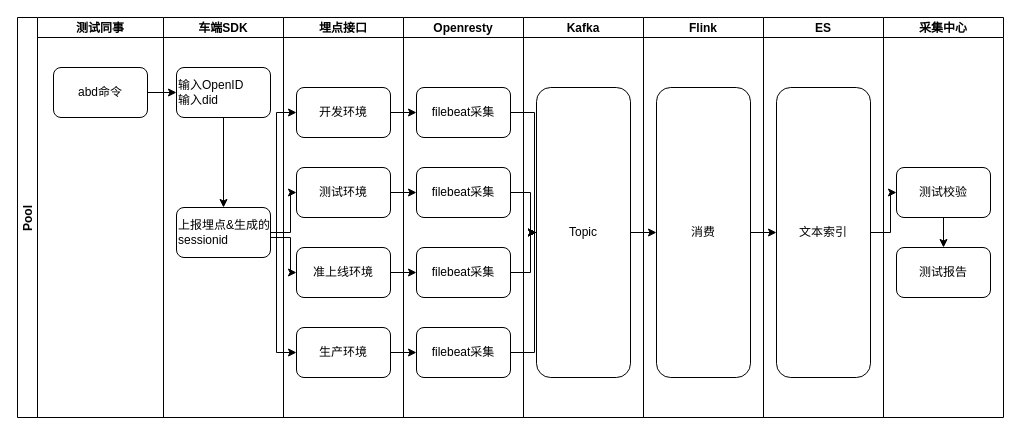
The draw.io diagram 采集中心V3.0旧版测试校验流程图.drawio in shaozc3g/draw_io, before the edit. Source tidied: cells renumbered, new cells numbered last; positions are measured from the earlier drawing's top-left corner, leaving out a move shared by most shapes. Both pictures are drawn from the tidied source at 100%, with x=0, y=0 at pixel (17, 17).
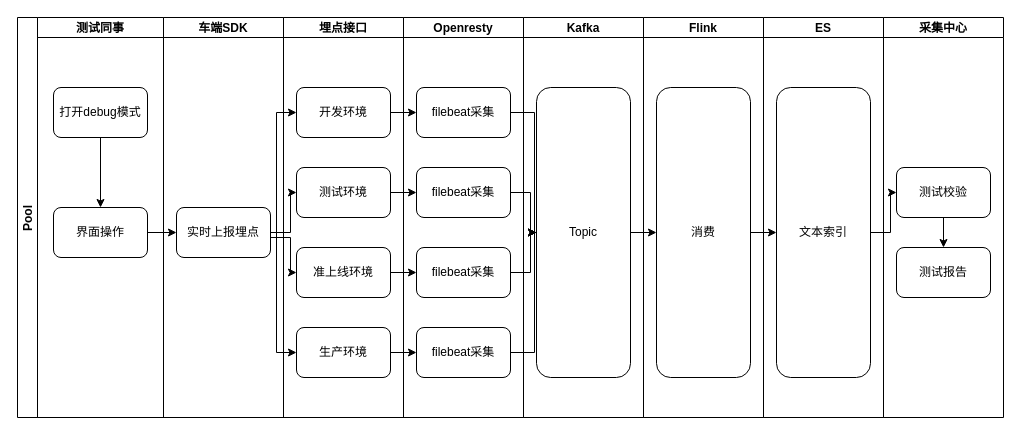
The same page after the edit.

Commit message:
更新采集中心V3.0旧版测试校验流程图.drawio

The change refers to these unchanged cells:
```xml
<mxCell id="2" value="Pool" style="swimlane;startSize=20;horizontal=0;" parent="1" vertex="1">
  <mxGeometry width="386" height="400" as="geometry" />
</mxCell>
<mxCell id="3" value="测试同事" style="swimlane;startSize=20;" parent="2" vertex="1">
  <mxGeometry x="20" width="126" height="400" as="geometry" />
</mxCell>
<mxCell id="5" value="车端SDK" style="swimlane;startSize=20;" parent="2" vertex="1">
  <mxGeometry x="146" width="120" height="400" as="geometry" />
</mxCell>
```

What changed in the source:
```diff
@@
+    <mxCell id="45" style="edgeStyle=orthogonalEdgeStyle;rounded=0;jettySize=auto;html=1;exitX=0.5;exitY=1;exitDx=0;exitDy=0;entryX=0.5;entryY=0;entryDx=0;entryDy=0;" parent="3" edge="1" source="4" target="46">
+      <mxGeometry relative="1" as="geometry" />
+    </mxCell>
-    <mxCell id="4" value="abd命令" style="rounded=1;whiteSpace=wrap;html=1;" parent="3" vertex="1">
-      <mxGeometry x="16" y="50" width="94" height="50" as="geometry" />
+    <mxCell id="4" value="打开debug模式" style="rounded=1;whiteSpace=wrap;html=1;" parent="3" vertex="1">
+      <mxGeometry x="16" y="70" width="94" height="50" as="geometry" />
     </mxCell>
+    <mxCell id="46" value="界面操作" style="rounded=1;whiteSpace=wrap;html=1;" parent="3" vertex="1">
+      <mxGeometry x="16" y="190" width="94" height="50" as="geometry" />
+    </mxCell>
@@
-    <mxCell id="6" style="edgeStyle=orthogonalEdgeStyle;rounded=0;jettySize=auto;html=1;exitX=0.5;exitY=1;exitDx=0;exitDy=0;entryX=0.5;entryY=0;entryDx=0;entryDy=0;" parent="5" edge="1" source="7" target="8">
-      <mxGeometry relative="1" as="geometry" />
-    </mxCell>
-    <mxCell id="7" value="输入OpenID&lt;br&gt;输入did" style="rounded=1;whiteSpace=wrap;html=1;align=left;" parent="5" vertex="1">
-      <mxGeometry x="13" y="50" width="94" height="50" as="geometry" />
-    </mxCell>
-    <mxCell id="8" value="上报埋点&amp;amp;生成的sessionid" style="rounded=1;whiteSpace=wrap;html=1;align=left;" parent="5" vertex="1">
+    <mxCell id="8" value="&lt;span style=&quot;&quot;&gt;实时上报埋点&lt;/span&gt;" style="rounded=1;whiteSpace=wrap;html=1;align=center;" parent="5" vertex="1">
       <mxGeometry x="13" y="190" width="94" height="50" as="geometry" />
     </mxCell>
@@
-    <mxCell id="18" style="edgeStyle=orthogonalEdgeStyle;rounded=0;jettySize=auto;html=1;exitX=1;exitY=0.5;exitDx=0;exitDy=0;entryX=0;entryY=0.5;entryDx=0;entryDy=0;" parent="2" edge="1" source="4" target="7">
-      <mxGeometry relative="1" as="geometry" />
-    </mxCell>
+    <mxCell id="47" style="edgeStyle=orthogonalEdgeStyle;rounded=0;jettySize=auto;html=1;exitX=1;exitY=0.5;exitDx=0;exitDy=0;entryX=0;entryY=0.5;entryDx=0;entryDy=0;" parent="2" edge="1" source="46" target="8">
+      <mxGeometry relative="1" as="geometry" />
+    </mxCell>
```
